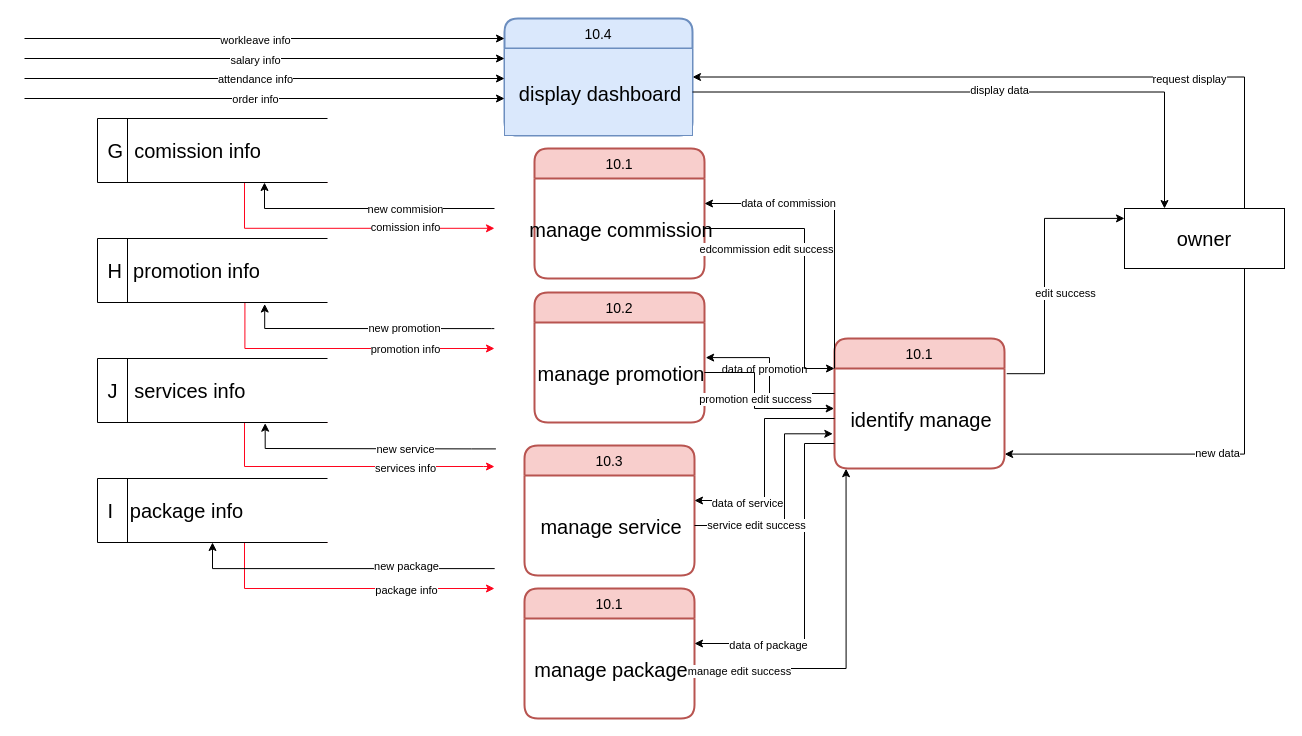
Earlier version of the draw.io diagram page "DFD Lv1.10" (4 of 9) of DFD.drawio (jarawin/carcare). Source tidied: cells renumbered, new cells numbered last; positions are measured from the earlier drawing's top-left corner, leaving out a move shared by most shapes. Both pictures are drawn from the tidied source at 100%, with x=0, y=0 at pixel (24, 18).
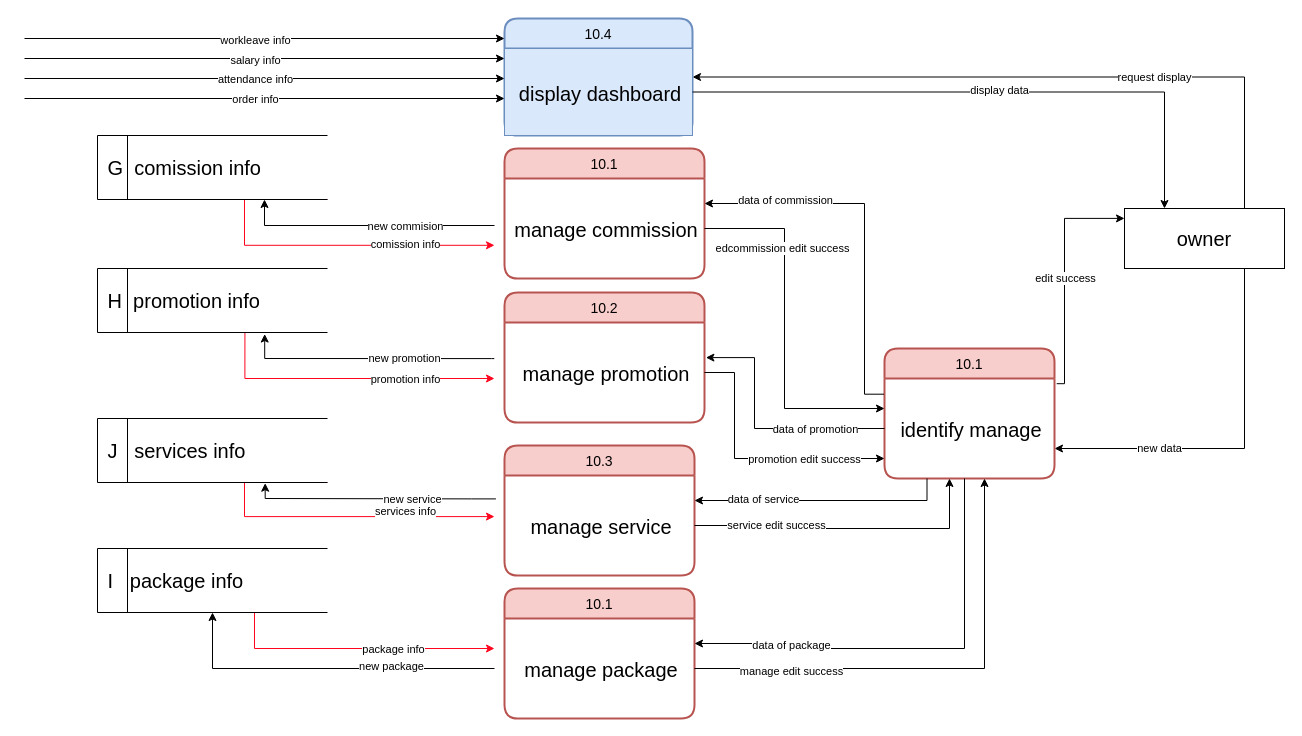
Above is the later version.

Unchanged cells that the change refers to:
```xml
<mxCell id="26" style="edgeStyle=orthogonalEdgeStyle;rounded=0;jettySize=auto;html=1;exitX=0.75;exitY=0;exitDx=0;exitDy=0;entryX=1;entryY=0.5;entryDx=0;entryDy=0;" parent="1" edge="1" source="28" target="55">
  <mxGeometry relative="1" as="geometry" />
</mxCell>
<mxCell id="28" value="owner" style="whiteSpace=wrap;html=1;align=center;fontSize=20;" parent="1" vertex="1">
  <mxGeometry x="1100" y="190" width="160" height="60" as="geometry" />
</mxCell>
<mxCell id="30" value="identify manage" style="align=center;strokeColor=none;fillColor=none;spacingLeft=4;fontSize=20;verticalAlign=middle;" parent="29" vertex="1">
  <mxGeometry y="30" width="170" height="100" as="geometry" />
</mxCell>
```

Change to the diagram source:
```diff
@@
-    <mxCell id="2" style="edgeStyle=orthogonalEdgeStyle;rounded=0;jettySize=auto;html=1;exitX=0.75;exitY=1;exitDx=0;exitDy=0;startArrow=none;entryX=1.001;entryY=0.856;entryDx=0;entryDy=0;entryPerimeter=0;" parent="1" edge="1" source="28" target="30">
-      <mxGeometry relative="1" as="geometry" />
+    <mxCell id="2" style="edgeStyle=orthogonalEdgeStyle;rounded=0;jettySize=auto;html=1;exitX=0.75;exitY=1;exitDx=0;exitDy=0;startArrow=none;" parent="1" edge="1" source="28" target="30">
+      <mxGeometry relative="1" as="geometry">
+        <Array as="points">
+          <mxPoint x="1220" y="430" />
+        </Array>
+      </mxGeometry>
     </mxCell>
     <mxCell id="3" value="new data" style="edgeLabel;html=1;align=center;verticalAlign=middle;" parent="2" vertex="1">
       <mxGeometry x="0.42" y="-1" relative="1" as="geometry">
-        <mxPoint x="89" as="offset" />
+        <mxPoint x="-3" as="offset" />
       </mxGeometry>
     </mxCell>
     <mxCell id="4" style="edgeStyle=orthogonalEdgeStyle;rounded=0;jettySize=auto;html=1;exitX=1;exitY=1;exitDx=0;exitDy=0;entryX=0;entryY=0.333;entryDx=0;entryDy=0;strokeColor=#FF051E;entryPerimeter=0;" parent="1" edge="1" source="6">
       <mxGeometry relative="1" as="geometry">
-        <mxPoint x="470" y="209.8" as="targetPoint" />
+        <mxPoint x="470" y="226.8" as="targetPoint" />
         <Array as="points">
-          <mxPoint x="220" y="164" />
-          <mxPoint x="220" y="210" />
+          <mxPoint x="220" y="181" />
+          <mxPoint x="220" y="227" />
         </Array>
       </mxGeometry>
     </mxCell>
@@
     <mxCell id="6" value="&amp;nbsp;G&amp;nbsp; comission info" style="html=1;dashed=0;whitespace=wrap;shape=mxgraph.dfd.dataStoreID;align=left;spacingLeft=3;points=[[0,0],[0.5,0],[1,0],[0,0.5],[1,0.5],[0,1],[0.5,1],[1,1]];fontSize=20;" parent="1" vertex="1">
-      <mxGeometry x="73" y="100" width="230" height="64" as="geometry" />
+      <mxGeometry x="73" y="117" width="230" height="64" as="geometry" />
     </mxCell>
     <mxCell id="7" style="edgeStyle=orthogonalEdgeStyle;rounded=0;jettySize=auto;html=1;exitX=0.641;exitY=0.994;exitDx=0;exitDy=0;strokeColor=#FF051E;exitPerimeter=0;" parent="1" edge="1" source="9">
       <mxGeometry relative="1" as="geometry">
-        <mxPoint x="470" y="330" as="targetPoint" />
+        <mxPoint x="470" y="360" as="targetPoint" />
         <Array as="points">
-          <mxPoint x="220" y="330" />
+          <mxPoint x="220" y="360" />
         </Array>
       </mxGeometry>
     </mxCell>
@@
     <mxCell id="9" value="&amp;nbsp;H&amp;nbsp; promotion info" style="html=1;dashed=0;whitespace=wrap;shape=mxgraph.dfd.dataStoreID;align=left;spacingLeft=3;points=[[0,0],[0.5,0],[1,0],[0,0.5],[1,0.5],[0,1],[0.5,1],[1,1]];fontSize=20;" parent="1" vertex="1">
-      <mxGeometry x="73" y="220" width="230" height="64" as="geometry" />
+      <mxGeometry x="73" y="250" width="230" height="64" as="geometry" />
     </mxCell>
     <mxCell id="10" style="edgeStyle=orthogonalEdgeStyle;rounded=0;jettySize=auto;html=1;exitX=1;exitY=1;exitDx=0;exitDy=0;strokeColor=#FF051E;entryX=0;entryY=0.751;entryDx=0;entryDy=0;entryPerimeter=0;" parent="1" edge="1" source="12">
       <mxGeometry relative="1" as="geometry">
-        <mxPoint x="470" y="448.1" as="targetPoint" />
+        <mxPoint x="470" y="498.1" as="targetPoint" />
         <Array as="points">
-          <mxPoint x="220" y="404" />
-          <mxPoint x="220" y="448" />
-          <mxPoint x="459" y="448" />
+          <mxPoint x="220" y="454" />
+          <mxPoint x="220" y="498" />
+          <mxPoint x="459" y="498" />
         </Array>
       </mxGeometry>
     </mxCell>
@@
     <mxCell id="12" value="&amp;nbsp;J&amp;nbsp; &amp;nbsp;services info" style="html=1;dashed=0;whitespace=wrap;shape=mxgraph.dfd.dataStoreID;align=left;spacingLeft=3;points=[[0,0],[0.5,0],[1,0],[0,0.5],[1,0.5],[0,1],[0.5,1],[1,1]];fontSize=20;" parent="1" vertex="1">
-      <mxGeometry x="73" y="340" width="230" height="64" as="geometry" />
+      <mxGeometry x="73" y="400" width="230" height="64" as="geometry" />
     </mxCell>
-    <mxCell id="13" style="edgeStyle=orthogonalEdgeStyle;rounded=0;jettySize=auto;html=1;exitX=1;exitY=1;exitDx=0;exitDy=0;strokeColor=#FF051E;" parent="1" edge="1" source="15">
+    <mxCell id="13" style="edgeStyle=orthogonalEdgeStyle;rounded=0;jettySize=auto;html=1;strokeColor=#FF051E;" parent="1" edge="1" source="15">
       <mxGeometry relative="1" as="geometry">
-        <mxPoint x="470" y="570" as="targetPoint" />
+        <mxPoint x="470" y="630" as="targetPoint" />
         <Array as="points">
-          <mxPoint x="220" y="524" />
-          <mxPoint x="220" y="570" />
+          <mxPoint x="230" y="630" />
+          <mxPoint x="470" y="630" />
         </Array>
       </mxGeometry>
     </mxCell>
     <mxCell id="14" value="package info" style="edgeLabel;html=1;align=center;verticalAlign=middle;" parent="13" vertex="1">
       <mxGeometry x="-0.42" y="8" relative="1" as="geometry">
-        <mxPoint x="153" y="20" as="offset" />
+        <mxPoint x="94" y="8" as="offset" />
       </mxGeometry>
     </mxCell>
     <mxCell id="15" value="&amp;nbsp;I&amp;nbsp; &amp;nbsp;package info" style="html=1;dashed=0;whitespace=wrap;shape=mxgraph.dfd.dataStoreID;align=left;spacingLeft=3;points=[[0,0],[0.5,0],[1,0],[0,0.5],[1,0.5],[0,1],[0.5,1],[1,1]];fontSize=20;" parent="1" vertex="1">
-      <mxGeometry x="73" y="460" width="230" height="64" as="geometry" />
+      <mxGeometry x="73" y="530" width="230" height="64" as="geometry" />
     </mxCell>
     <mxCell id="16" style="edgeStyle=orthogonalEdgeStyle;rounded=0;jettySize=auto;html=1;" parent="1" edge="1" target="6">
       <mxGeometry relative="1" as="geometry">
-        <mxPoint x="470" y="190" as="sourcePoint" />
+        <mxPoint x="470" y="207" as="sourcePoint" />
         <Array as="points">
-          <mxPoint x="240" y="190" />
+          <mxPoint x="240" y="207" />
         </Array>
       </mxGeometry>
     </mxCell>
@@
     <mxCell id="18" style="edgeStyle=orthogonalEdgeStyle;rounded=0;jettySize=auto;html=1;exitX=-0.001;exitY=0.509;exitDx=0;exitDy=0;exitPerimeter=0;entryX=0.727;entryY=1.024;entryDx=0;entryDy=0;entryPerimeter=0;" parent="1" edge="1" target="9">
       <mxGeometry relative="1" as="geometry">
-        <mxPoint x="469.8" y="310.1" as="sourcePoint" />
+        <mxPoint x="469.8" y="340.1" as="sourcePoint" />
         <Array as="points">
-          <mxPoint x="467" y="310" />
-          <mxPoint x="240" y="310" />
+          <mxPoint x="467" y="340" />
+          <mxPoint x="240" y="340" />
         </Array>
       </mxGeometry>
     </mxCell>
@@
     <mxCell id="20" style="edgeStyle=orthogonalEdgeStyle;rounded=0;jettySize=auto;html=1;entryX=0.729;entryY=1.011;entryDx=0;entryDy=0;entryPerimeter=0;exitX=0.006;exitY=0.72;exitDx=0;exitDy=0;exitPerimeter=0;" parent="1" edge="1" target="12">
       <mxGeometry relative="1" as="geometry">
-        <mxPoint x="471.4" y="430.4" as="sourcePoint" />
+        <mxPoint x="471.4" y="480.4" as="sourcePoint" />
         <Array as="points">
-          <mxPoint x="447" y="430" />
-          <mxPoint x="241" y="430" />
+          <mxPoint x="447" y="480" />
+          <mxPoint x="241" y="480" />
         </Array>
       </mxGeometry>
     </mxCell>
@@
     <mxCell id="22" style="edgeStyle=orthogonalEdgeStyle;rounded=0;jettySize=auto;html=1;entryX=0;entryY=0.256;entryDx=0;entryDy=0;entryPerimeter=0;exitX=1.013;exitY=0.052;exitDx=0;exitDy=0;exitPerimeter=0;" parent="1" edge="1" source="30">
       <mxGeometry relative="1" as="geometry">
         <mxPoint x="1100" y="199.9" as="targetPoint" />
         <Array as="points">
-          <mxPoint x="1020" y="199" />
+          <mxPoint x="1040" y="365" />
+          <mxPoint x="1040" y="200" />
         </Array>
       </mxGeometry>
     </mxCell>
     <mxCell id="23" value="edit success" style="edgeLabel;html=1;align=center;verticalAlign=middle;" parent="22" vertex="1">
       <mxGeometry x="-0.47" y="4" relative="1" as="geometry">
-        <mxPoint x="24" y="-46" as="offset" />
+        <mxPoint x="4" y="-51" as="offset" />
       </mxGeometry>
     </mxCell>
-    <mxCell id="24" style="edgeStyle=orthogonalEdgeStyle;rounded=0;jettySize=auto;html=1;exitX=0.001;exitY=0.93;exitDx=0;exitDy=0;exitPerimeter=0;" parent="1" edge="1" target="15">
+    <mxCell id="24" style="edgeStyle=orthogonalEdgeStyle;rounded=0;jettySize=auto;html=1;" parent="1" edge="1" target="15">
       <mxGeometry relative="1" as="geometry">
-        <mxPoint x="470.2" y="550.1" as="sourcePoint" />
+        <mxPoint x="470" y="650" as="sourcePoint" />
         <Array as="points">
-          <mxPoint x="188" y="550" />
+          <mxPoint x="188" y="650" />
         </Array>
       </mxGeometry>
     </mxCell>
@@
     <mxCell id="27" value="request display" style="edgeLabel;html=1;align=center;verticalAlign=middle;" parent="26" vertex="1">
       <mxGeometry x="-0.45" y="2" relative="1" as="geometry">
-        <mxPoint x="1" as="offset" />
+        <mxPoint x="-34" y="-2" as="offset" />
       </mxGeometry>
     </mxCell>
@@
     <mxCell id="29" value="10.1" style="swimlane;horizontal=1;startSize=30;rounded=1;fontSize=14;fontStyle=0;strokeWidth=2;shadow=0;dashed=0;align=center;fillColor=#f8cecc;strokeColor=#b85450;" parent="1" vertex="1">
-      <mxGeometry x="810" y="320" width="170" height="130" as="geometry" />
+      <mxGeometry x="860" y="330" width="170" height="130" as="geometry" />
     </mxCell>
@@
     <mxCell id="31" value="10.1" style="swimlane;horizontal=1;startSize=30;rounded=1;fontSize=14;fontStyle=0;strokeWidth=2;shadow=0;dashed=0;align=center;fillColor=#f8cecc;strokeColor=#b85450;" parent="1" vertex="1">
-      <mxGeometry x="510" y="130" width="170" height="130" as="geometry" />
+      <mxGeometry x="480" y="130" width="200" height="130" as="geometry" />
     </mxCell>
     <mxCell id="32" value="manage commission" style="align=center;strokeColor=none;fillColor=none;spacingLeft=4;fontSize=20;verticalAlign=middle;" parent="31" vertex="1">
-      <mxGeometry y="30" width="170" height="100" as="geometry" />
+      <mxGeometry y="30" width="200" height="100" as="geometry" />
     </mxCell>
     <mxCell id="33" value="10.2" style="swimlane;horizontal=1;startSize=30;rounded=1;fontSize=14;fontStyle=0;strokeWidth=2;shadow=0;dashed=0;align=center;fillColor=#f8cecc;strokeColor=#b85450;" parent="1" vertex="1">
-      <mxGeometry x="510" y="274" width="170" height="130" as="geometry" />
+      <mxGeometry x="480" y="274" width="200" height="130" as="geometry" />
     </mxCell>
     <mxCell id="34" value="manage promotion" style="align=center;strokeColor=none;fillColor=none;spacingLeft=4;fontSize=20;verticalAlign=middle;" parent="33" vertex="1">
-      <mxGeometry y="30" width="170" height="100" as="geometry" />
+      <mxGeometry y="30" width="200" height="100" as="geometry" />
     </mxCell>
     <mxCell id="35" value="10.3" style="swimlane;horizontal=1;startSize=30;rounded=1;fontSize=14;fontStyle=0;strokeWidth=2;shadow=0;dashed=0;align=center;fillColor=#f8cecc;strokeColor=#b85450;" parent="1" vertex="1">
-      <mxGeometry x="500" y="427" width="170" height="130" as="geometry" />
+      <mxGeometry x="480" y="427" width="190" height="130" as="geometry" />
     </mxCell>
     <mxCell id="36" value="manage service" style="align=center;strokeColor=none;fillColor=none;spacingLeft=4;fontSize=20;verticalAlign=middle;" parent="35" vertex="1">
-      <mxGeometry y="30" width="170" height="100" as="geometry" />
+      <mxGeometry y="30" width="190" height="100" as="geometry" />
     </mxCell>
     <mxCell id="37" value="10.1" style="swimlane;horizontal=1;startSize=30;rounded=1;fontSize=14;fontStyle=0;strokeWidth=2;shadow=0;dashed=0;align=center;fillColor=#f8cecc;strokeColor=#b85450;" parent="1" vertex="1">
-      <mxGeometry x="500" y="570" width="170" height="130" as="geometry" />
+      <mxGeometry x="480" y="570" width="190" height="130" as="geometry" />
     </mxCell>
     <mxCell id="38" value="manage package" style="align=center;strokeColor=none;fillColor=none;spacingLeft=4;fontSize=20;verticalAlign=middle;" parent="37" vertex="1">
-      <mxGeometry y="30" width="170" height="100" as="geometry" />
+      <mxGeometry y="30" width="190" height="100" as="geometry" />
     </mxCell>
-    <mxCell id="39" style="edgeStyle=orthogonalEdgeStyle;rounded=0;jettySize=auto;html=1;exitX=0;exitY=0;exitDx=0;exitDy=0;entryX=1;entryY=0.25;entryDx=0;entryDy=0;" parent="1" edge="1" source="30" target="32">
-      <mxGeometry relative="1" as="geometry" />
+    <mxCell id="39" style="edgeStyle=orthogonalEdgeStyle;rounded=0;jettySize=auto;html=1;exitX=-0.003;exitY=0.157;exitDx=0;exitDy=0;entryX=1;entryY=0.25;entryDx=0;entryDy=0;exitPerimeter=0;" parent="1" edge="1" source="30" target="32">
+      <mxGeometry relative="1" as="geometry">
+        <Array as="points">
+          <mxPoint x="840" y="376" />
+          <mxPoint x="840" y="185" />
+        </Array>
+      </mxGeometry>
     </mxCell>
     <mxCell id="40" value="data of commission" style="edgeLabel;html=1;align=center;verticalAlign=middle;" parent="39" vertex="1">
-      <mxGeometry x="0.44" y="-1" relative="1" as="geometry" />
+      <mxGeometry x="0.44" y="-1" relative="1" as="geometry">
+        <mxPoint x="-23" y="-3" as="offset" />
+      </mxGeometry>
     </mxCell>
-    <mxCell id="41" style="edgeStyle=orthogonalEdgeStyle;rounded=0;jettySize=auto;html=1;exitX=0;exitY=0.25;exitDx=0;exitDy=0;entryX=1.007;entryY=0.351;entryDx=0;entryDy=0;entryPerimeter=0;" parent="1" edge="1" source="30" target="34">
-      <mxGeometry relative="1" as="geometry" />
+    <mxCell id="41" style="edgeStyle=orthogonalEdgeStyle;rounded=0;jettySize=auto;html=1;entryX=1.007;entryY=0.351;entryDx=0;entryDy=0;entryPerimeter=0;" parent="1" edge="1" source="30" target="34">
+      <mxGeometry relative="1" as="geometry">
+        <Array as="points">
+          <mxPoint x="730" y="410" />
+          <mxPoint x="730" y="339" />
+        </Array>
+      </mxGeometry>
     </mxCell>
     <mxCell id="42" value="data of promotion" style="edgeLabel;html=1;align=center;verticalAlign=middle;" parent="41" vertex="1">
       <mxGeometry x="0.46" y="1" relative="1" as="geometry">
-        <mxPoint x="14" y="10" as="offset" />
+        <mxPoint x="61" y="52" as="offset" />
       </mxGeometry>
     </mxCell>
-    <mxCell id="43" style="edgeStyle=orthogonalEdgeStyle;rounded=0;jettySize=auto;html=1;exitX=0;exitY=0.5;exitDx=0;exitDy=0;entryX=1;entryY=0.25;entryDx=0;entryDy=0;" parent="1" edge="1" source="30" target="36">
-      <mxGeometry relative="1" as="geometry" />
+    <mxCell id="43" style="edgeStyle=orthogonalEdgeStyle;rounded=0;jettySize=auto;html=1;exitX=0.25;exitY=1;exitDx=0;exitDy=0;entryX=1;entryY=0.25;entryDx=0;entryDy=0;" parent="1" edge="1" source="29" target="36">
+      <mxGeometry relative="1" as="geometry">
+        <Array as="points">
+          <mxPoint x="903" y="482" />
+        </Array>
+      </mxGeometry>
     </mxCell>
     <mxCell id="44" value="data of service" style="edgeLabel;html=1;align=center;verticalAlign=middle;" parent="43" vertex="1">
-      <mxGeometry x="0.53" y="2" relative="1" as="geometry" />
+      <mxGeometry x="0.53" y="2" relative="1" as="geometry">
+        <mxPoint x="9" y="-4" as="offset" />
+      </mxGeometry>
     </mxCell>
-    <mxCell id="45" style="edgeStyle=orthogonalEdgeStyle;rounded=0;jettySize=auto;html=1;exitX=0;exitY=0.75;exitDx=0;exitDy=0;entryX=1;entryY=0.25;entryDx=0;entryDy=0;" parent="1" edge="1" source="30" target="38">
+    <mxCell id="45" style="edgeStyle=orthogonalEdgeStyle;rounded=0;jettySize=auto;html=1;entryX=1;entryY=0.25;entryDx=0;entryDy=0;" parent="1" edge="1" source="30" target="38">
       <mxGeometry relative="1" as="geometry">
         <Array as="points">
-          <mxPoint x="780" y="425" />
-          <mxPoint x="780" y="625" />
+          <mxPoint x="940" y="630" />
+          <mxPoint x="790" y="630" />
+          <mxPoint x="790" y="625" />
         </Array>
       </mxGeometry>
     </mxCell>
@@
-    <mxCell id="47" style="edgeStyle=orthogonalEdgeStyle;rounded=0;jettySize=auto;html=1;exitX=1;exitY=0.5;exitDx=0;exitDy=0;entryX=0;entryY=0;entryDx=0;entryDy=0;" parent="1" edge="1" source="32" target="30">
+    <mxCell id="47" style="edgeStyle=orthogonalEdgeStyle;rounded=0;jettySize=auto;html=1;exitX=1;exitY=0.5;exitDx=0;exitDy=0;" parent="1" edge="1" source="32" target="29">
       <mxGeometry relative="1" as="geometry">
         <Array as="points">
-          <mxPoint x="780" y="210" />
-          <mxPoint x="780" y="350" />
+          <mxPoint x="760" y="210" />
+          <mxPoint x="760" y="390" />
         </Array>
       </mxGeometry>
     </mxCell>
     <mxCell id="48" value="edcommission edit success" style="edgeLabel;html=1;align=center;verticalAlign=middle;" parent="47" vertex="1">
       <mxGeometry x="-0.55" y="-2" relative="1" as="geometry">
-        <mxPoint y="18" as="offset" />
+        <mxPoint x="-1" y="18" as="offset" />
       </mxGeometry>
     </mxCell>
-    <mxCell id="49" style="edgeStyle=orthogonalEdgeStyle;rounded=0;jettySize=auto;html=1;exitX=1;exitY=0.5;exitDx=0;exitDy=0;entryX=-0.002;entryY=0.4;entryDx=0;entryDy=0;entryPerimeter=0;" parent="1" edge="1" source="34" target="30">
+    <mxCell id="49" style="edgeStyle=orthogonalEdgeStyle;rounded=0;jettySize=auto;html=1;exitX=1;exitY=0.5;exitDx=0;exitDy=0;" parent="1" edge="1" source="34" target="30">
       <mxGeometry relative="1" as="geometry">
         <Array as="points">
-          <mxPoint x="730" y="354" />
-          <mxPoint x="730" y="390" />
+          <mxPoint x="710" y="354" />
+          <mxPoint x="710" y="440" />
         </Array>
       </mxGeometry>
     </mxCell>
     <mxCell id="50" value="promotion edit success" style="edgeLabel;html=1;align=center;verticalAlign=middle;" parent="49" vertex="1">
-      <mxGeometry x="-0.08" relative="1" as="geometry" />
+      <mxGeometry x="-0.08" relative="1" as="geometry">
+        <mxPoint x="63" as="offset" />
+      </mxGeometry>
     </mxCell>
-    <mxCell id="51" style="edgeStyle=orthogonalEdgeStyle;rounded=0;jettySize=auto;html=1;exitX=1;exitY=0.5;exitDx=0;exitDy=0;entryX=-0.01;entryY=0.653;entryDx=0;entryDy=0;entryPerimeter=0;" parent="1" edge="1" source="36" target="30">
+    <mxCell id="51" style="edgeStyle=orthogonalEdgeStyle;rounded=0;jettySize=auto;html=1;exitX=1;exitY=0.5;exitDx=0;exitDy=0;" parent="1" edge="1" source="36" target="30">
       <mxGeometry relative="1" as="geometry">
         <Array as="points">
-          <mxPoint x="760" y="507" />
-          <mxPoint x="760" y="415" />
+          <mxPoint x="780" y="507" />
+          <mxPoint x="780" y="510" />
+          <mxPoint x="925" y="510" />
         </Array>
       </mxGeometry>
     </mxCell>
     <mxCell id="52" value="service edit success" style="edgeLabel;html=1;align=center;verticalAlign=middle;" parent="51" vertex="1">
-      <mxGeometry x="-0.47" y="1" relative="1" as="geometry" />
+      <mxGeometry x="-0.47" y="1" relative="1" as="geometry">
+        <mxPoint x="-1" as="offset" />
+      </mxGeometry>
     </mxCell>
-    <mxCell id="53" style="edgeStyle=orthogonalEdgeStyle;rounded=0;jettySize=auto;html=1;exitX=1;exitY=0.5;exitDx=0;exitDy=0;entryX=0.068;entryY=1.002;entryDx=0;entryDy=0;entryPerimeter=0;" parent="1" edge="1" source="38" target="30">
-      <mxGeometry relative="1" as="geometry" />
+    <mxCell id="53" style="edgeStyle=orthogonalEdgeStyle;rounded=0;jettySize=auto;html=1;exitX=1;exitY=0.5;exitDx=0;exitDy=0;" parent="1" edge="1" source="38" target="30">
+      <mxGeometry relative="1" as="geometry">
+        <Array as="points">
+          <mxPoint x="960" y="650" />
+        </Array>
+      </mxGeometry>
     </mxCell>
     <mxCell id="54" value="manage edit success" style="edgeLabel;html=1;align=center;verticalAlign=middle;" parent="53" vertex="1">
-      <mxGeometry x="-0.75" y="-2" relative="1" as="geometry" />
+      <mxGeometry x="-0.75" y="-2" relative="1" as="geometry">
+        <mxPoint x="36" as="offset" />
+      </mxGeometry>
     </mxCell>
```
